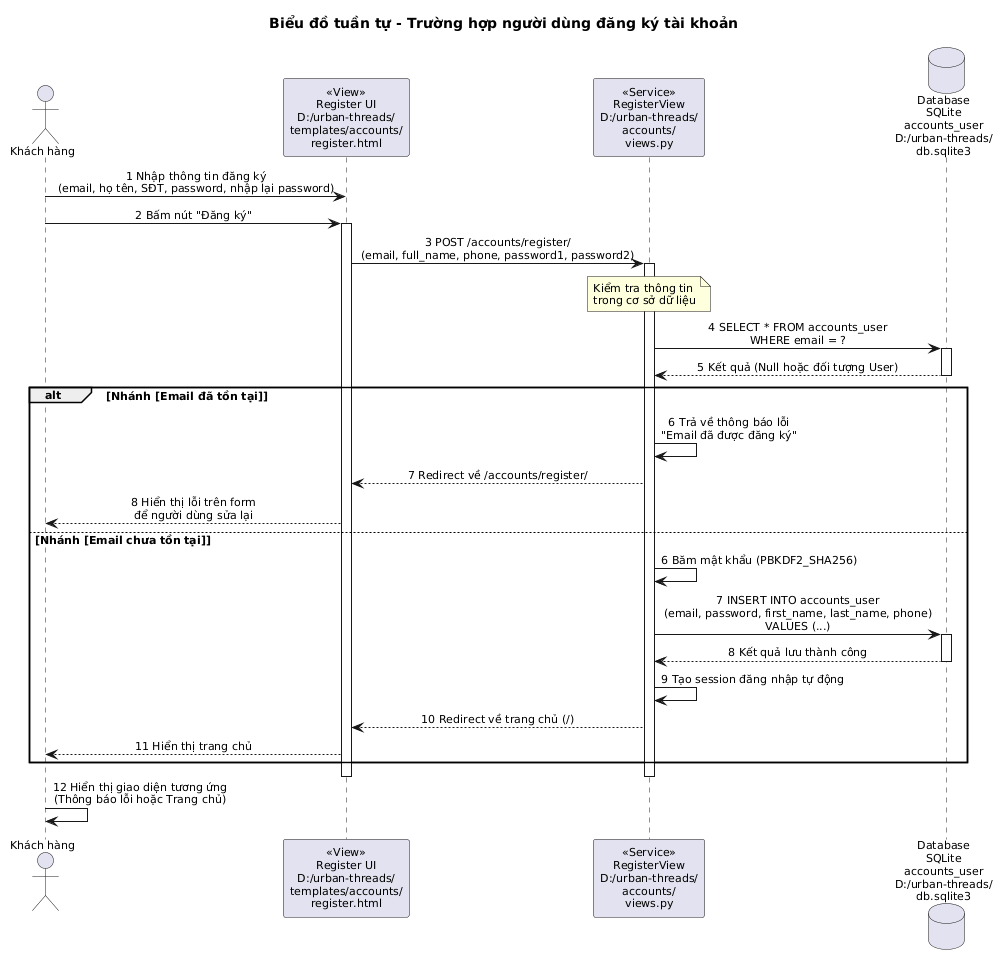
This is use_cases/sequence_dang_ky.png from HNKILLNET404/lehainam_24ct1_cnpm, a PlantUML export, as it was before one commit.
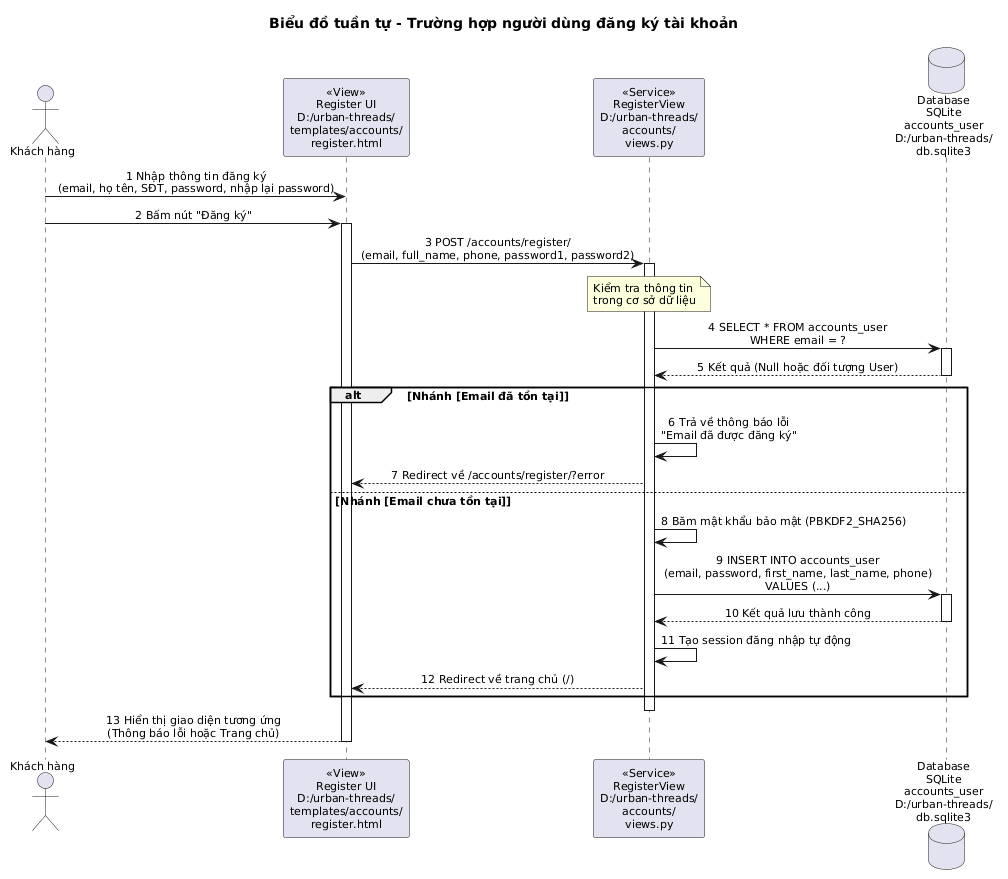
The same file after the commit.

Change to the diagram source:
```diff
@@ -29,21 +29,19 @@
 
 alt Nhánh [Email đã tồn tại]
     BE -> BE : 6 Trả về thông báo lỗi\n"Email đã được đăng ký"
-    BE --> UI : 7 Redirect về /accounts/register/
-    UI --> User : 8 Hiển thị lỗi trên form\nđể người dùng sửa lại
+    BE --> UI : 7 Redirect về /accounts/register/?error
 else Nhánh [Email chưa tồn tại]
-    BE -> BE : 6 Băm mật khẩu (PBKDF2_SHA256)
-    BE -> DB : 7 INSERT INTO accounts_user\n(email, password, first_name, last_name, phone)\nVALUES (...)
+    BE -> BE : 8 Băm mật khẩu bảo mật (PBKDF2_SHA256)
+    BE -> DB : 9 INSERT INTO accounts_user\n(email, password, first_name, last_name, phone)\nVALUES (...)
     activate DB
-    DB --> BE : 8 Kết quả lưu thành công
+    DB --> BE : 10 Kết quả lưu thành công
     deactivate DB
-    BE -> BE : 9 Tạo session đăng nhập tự động
-    BE --> UI : 10 Redirect về trang chủ (/)
-    UI --> User : 11 Hiển thị trang chủ
+    BE -> BE : 11 Tạo session đăng nhập tự động
+    BE --> UI : 12 Redirect về trang chủ (/)
 end
 deactivate BE
+
+UI --> User : 13 Hiển thị giao diện tương ứng\n(Thông báo lỗi hoặc Trang chủ)
 deactivate UI
 
-User -> User : 12 Hiển thị giao diện tương ứng\n(Thông báo lỗi hoặc Trang chủ)
-
 @enduml
```
